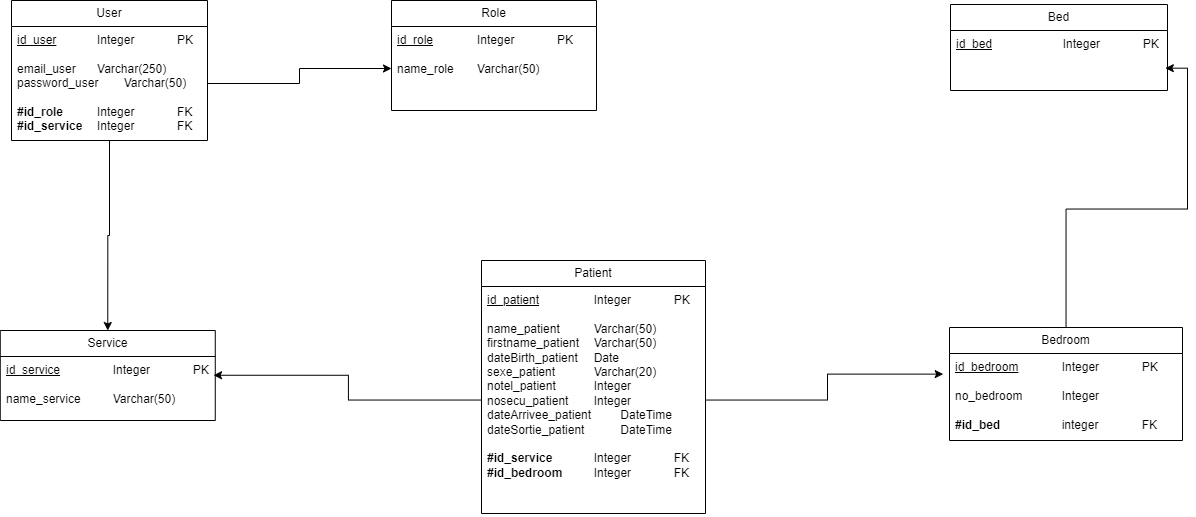
This is Merise/Merise-MPD.drawio.png from florianpoteau/CDA-Hopital-Back, a draw.io export, as it was before one commit. Source tidied: cells renumbered, new cells last; positions are measured from the earlier drawing's top-left corner, leaving out a move shared by most shapes.
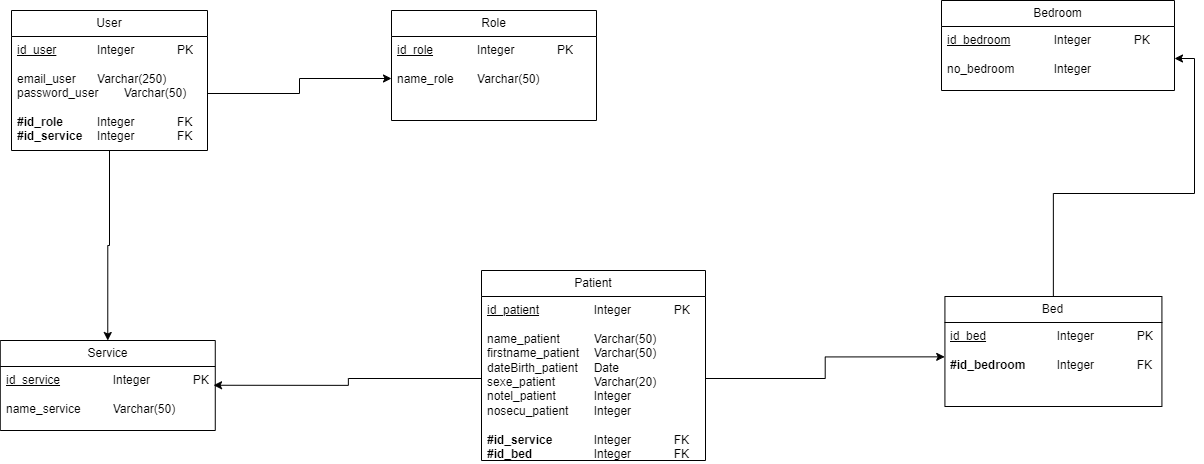
Later version of the same file.

Commit message:
docs(UML MERISE) changement sur le mcd, mld, mpd et diagramme de classe

What changed in the source:
```diff
@@ -3,16 +3,19 @@
     <mxCell id="0" />
     <mxCell id="1" parent="0" />
     <mxCell id="2" value="Bedroom" style="swimlane;fontStyle=0;horizontal=1;startSize=26;fillColor=none;whiteSpace=wrap;html=1;" parent="1" vertex="1">
-      <mxGeometry x="949" y="327" width="233" height="113" as="geometry" />
+      <mxGeometry x="941" y="-10" width="233" height="90" as="geometry" />
     </mxCell>
-    <mxCell id="3" value="&lt;u&gt;id_bedroom&lt;/u&gt;&lt;span style=&quot;white-space: pre;&quot;&gt;&#9;&lt;/span&gt;&lt;span style=&quot;white-space: pre;&quot;&gt;&#9;&lt;/span&gt;Integer&lt;span style=&quot;white-space: pre;&quot;&gt;&#9;&lt;/span&gt;&lt;span style=&quot;white-space: pre;&quot;&gt;&#9;&lt;/span&gt;PK&lt;div&gt;&lt;u&gt;&lt;br&gt;&lt;/u&gt;&lt;div&gt;no_bedroom&lt;span style=&quot;white-space: pre;&quot;&gt;&#9;&lt;/span&gt;&lt;span style=&quot;white-space: pre;&quot;&gt;&#9;&lt;/span&gt;Integer&lt;/div&gt;&lt;/div&gt;&lt;div&gt;&lt;br&gt;&lt;/div&gt;&lt;div&gt;&lt;b&gt;#id_bed&lt;/b&gt;&lt;span style=&quot;font-weight: bold; white-space: pre;&quot;&gt;&#9;&lt;/span&gt;&lt;span style=&quot;font-weight: bold; white-space: pre;&quot;&gt;&#9;&lt;/span&gt;&lt;span style=&quot;font-weight: bold; white-space: pre;&quot;&gt;&#9;&lt;/span&gt;integer&lt;span style=&quot;white-space: pre;&quot;&gt;&#9;&lt;/span&gt;&lt;span style=&quot;white-space: pre;&quot;&gt;&#9;&lt;/span&gt;FK&lt;/div&gt;" style="text;strokeColor=none;fillColor=none;align=left;verticalAlign=top;spacingLeft=4;spacingRight=4;overflow=hidden;points=[[0,0.5],[1,0.5]];portConstraint=eastwest;whiteSpace=wrap;html=1;" parent="2" vertex="1">
-      <mxGeometry y="26" width="233" height="87" as="geometry" />
+    <mxCell id="3" value="&lt;u&gt;id_bedroom&lt;/u&gt;&lt;span style=&quot;white-space: pre;&quot;&gt;&#9;&lt;/span&gt;&lt;span style=&quot;white-space: pre;&quot;&gt;&#9;&lt;/span&gt;Integer&lt;span style=&quot;white-space: pre;&quot;&gt;&#9;&lt;/span&gt;&lt;span style=&quot;white-space: pre;&quot;&gt;&#9;&lt;/span&gt;PK&lt;div&gt;&lt;u&gt;&lt;br&gt;&lt;/u&gt;&lt;div&gt;no_bedroom&lt;span style=&quot;white-space: pre;&quot;&gt;&#9;&lt;/span&gt;&lt;span style=&quot;white-space: pre;&quot;&gt;&#9;&lt;/span&gt;Integer&lt;/div&gt;&lt;/div&gt;" style="text;strokeColor=none;fillColor=none;align=left;verticalAlign=top;spacingLeft=4;spacingRight=4;overflow=hidden;points=[[0,0.5],[1,0.5]];portConstraint=eastwest;whiteSpace=wrap;html=1;" parent="2" vertex="1">
+      <mxGeometry y="26" width="233" height="64" as="geometry" />
     </mxCell>
+    <mxCell id="19" style="edgeStyle=orthogonalEdgeStyle;rounded=0;jettySize=auto;html=1;entryX=1;entryY=0.5;entryDx=0;entryDy=0;" parent="1" edge="1" source="4" target="3">
+      <mxGeometry relative="1" as="geometry" />
+    </mxCell>
     <mxCell id="4" value="Bed" style="swimlane;fontStyle=0;horizontal=1;startSize=26;fillColor=none;whiteSpace=wrap;html=1;" parent="1" vertex="1">
-      <mxGeometry x="950" y="4" width="217" height="86" as="geometry" />
+      <mxGeometry x="944.4" y="286" width="217" height="110" as="geometry" />
     </mxCell>
-    <mxCell id="5" value="&lt;u&gt;id_bed&lt;/u&gt;&lt;span style=&quot;white-space: pre;&quot;&gt;&#9;&lt;/span&gt;&lt;span style=&quot;white-space: pre;&quot;&gt;&#9;&lt;/span&gt;&lt;span style=&quot;white-space: pre;&quot;&gt;&#9;&lt;/span&gt;Integer&lt;span style=&quot;white-space: pre;&quot;&gt;&#9;&lt;/span&gt;&lt;span style=&quot;white-space: pre;&quot;&gt;&#9;&lt;/span&gt;PK&lt;div&gt;&lt;br&gt;&lt;/div&gt;" style="text;strokeColor=none;fillColor=none;align=left;verticalAlign=top;spacingLeft=4;spacingRight=4;overflow=hidden;points=[[0,0.5],[1,0.5]];portConstraint=eastwest;whiteSpace=wrap;html=1;" parent="4" vertex="1">
-      <mxGeometry y="26" width="217" height="60" as="geometry" />
+    <mxCell id="5" value="&lt;u&gt;id_bed&lt;/u&gt;&lt;span style=&quot;white-space: pre;&quot;&gt;&#9;&lt;/span&gt;&lt;span style=&quot;white-space: pre;&quot;&gt;&#9;&lt;/span&gt;&lt;span style=&quot;white-space: pre;&quot;&gt;&#9;&lt;/span&gt;Integer&lt;span style=&quot;white-space: pre;&quot;&gt;&#9;&lt;/span&gt;&lt;span style=&quot;white-space: pre;&quot;&gt;&#9;&lt;/span&gt;PK&lt;div&gt;&lt;br&gt;&lt;/div&gt;&lt;div&gt;&lt;b&gt;#id_bedroom&lt;/b&gt;&lt;span style=&quot;white-space: pre;&quot;&gt;&#9;&lt;/span&gt;&lt;span style=&quot;white-space: pre;&quot;&gt;&#9;&lt;/span&gt;Integer&lt;span style=&quot;white-space: pre;&quot;&gt;&#9;&lt;/span&gt;&lt;span style=&quot;white-space: pre;&quot;&gt;&#9;&lt;/span&gt;FK&lt;/div&gt;" style="text;strokeColor=none;fillColor=none;align=left;verticalAlign=top;spacingLeft=4;spacingRight=4;overflow=hidden;points=[[0,0.5],[1,0.5]];portConstraint=eastwest;whiteSpace=wrap;html=1;" parent="4" vertex="1">
+      <mxGeometry y="26" width="217" height="84" as="geometry" />
     </mxCell>
     <mxCell id="6" value="Role" style="swimlane;fontStyle=0;horizontal=1;startSize=26;fillColor=none;whiteSpace=wrap;html=1;" parent="1" vertex="1">
       <mxGeometry x="391" width="205" height="110" as="geometry" />
@@ -27,10 +30,10 @@
       <mxGeometry y="26" width="215" height="64" as="geometry" />
     </mxCell>
     <mxCell id="10" value="Patient" style="swimlane;fontStyle=0;horizontal=1;startSize=26;fillColor=none;whiteSpace=wrap;html=1;" parent="1" vertex="1">
-      <mxGeometry x="481" y="260" width="224" height="253" as="geometry" />
+      <mxGeometry x="481" y="260" width="224" height="190" as="geometry" />
     </mxCell>
-    <mxCell id="11" value="&lt;u&gt;id_patient&lt;/u&gt;&lt;span style=&quot;white-space: pre;&quot;&gt;&#9;&lt;/span&gt;&lt;span style=&quot;white-space: pre;&quot;&gt;&#9;&lt;/span&gt;Integer&lt;span style=&quot;white-space: pre;&quot;&gt;&#9;&lt;/span&gt;&lt;span style=&quot;white-space: pre;&quot;&gt;&#9;&lt;/span&gt;PK&lt;div&gt;&lt;u&gt;&lt;br&gt;&lt;/u&gt;&lt;div&gt;name_patient&lt;span style=&quot;white-space: pre;&quot;&gt;&#9;&lt;/span&gt;&lt;span style=&quot;white-space: pre;&quot;&gt;&#9;&lt;/span&gt;Varchar(50)&lt;/div&gt;&lt;div&gt;firstname_patient&lt;span style=&quot;white-space: pre;&quot;&gt;&#9;&lt;/span&gt;Varchar(50)&lt;/div&gt;&lt;div&gt;dateBirth_patient&lt;span style=&quot;white-space: pre;&quot;&gt;&#9;&lt;/span&gt;Date&lt;/div&gt;&lt;div&gt;sexe_patient&lt;span style=&quot;white-space: pre;&quot;&gt;&#9;&lt;/span&gt;&lt;span style=&quot;white-space: pre;&quot;&gt;&#9;&lt;/span&gt;Varchar(20)&lt;/div&gt;&lt;div&gt;notel_patient&lt;span style=&quot;white-space: pre;&quot;&gt;&#9;&lt;/span&gt;&lt;span style=&quot;white-space: pre;&quot;&gt;&#9;&lt;/span&gt;Integer&lt;/div&gt;&lt;div&gt;nosecu_patient&lt;span style=&quot;white-space: pre;&quot;&gt;&#9;&lt;/span&gt;Integer&lt;/div&gt;&lt;div&gt;dateArrivee_patient&lt;span style=&quot;white-space: pre;&quot;&gt;&#9;&lt;/span&gt;&lt;span style=&quot;white-space: pre;&quot;&gt;&#9;&lt;/span&gt;DateTime&lt;/div&gt;&lt;div&gt;dateSortie_patient&lt;span style=&quot;white-space: pre;&quot;&gt;&#9;&lt;/span&gt;&lt;span style=&quot;white-space: pre;&quot;&gt;&#9;&lt;/span&gt;DateTime&lt;/div&gt;&lt;div&gt;&lt;br&gt;&lt;/div&gt;&lt;div&gt;&lt;b&gt;#id_service&lt;/b&gt;&lt;span style=&quot;white-space: pre;&quot;&gt;&#9;&lt;/span&gt;&lt;span style=&quot;white-space: pre;&quot;&gt;&#9;&lt;/span&gt;Integer&lt;span style=&quot;white-space: pre;&quot;&gt;&#9;&lt;/span&gt;&lt;span style=&quot;white-space: pre;&quot;&gt;&#9;&lt;/span&gt;FK&lt;/div&gt;&lt;div&gt;&lt;b&gt;#id_bedroom&lt;/b&gt;&lt;span style=&quot;white-space: pre;&quot;&gt;&#9;&lt;/span&gt;&lt;span style=&quot;white-space: pre;&quot;&gt;&#9;&lt;/span&gt;Integer&lt;span style=&quot;white-space: pre;&quot;&gt;&#9;&lt;/span&gt;&lt;span style=&quot;white-space: pre;&quot;&gt;&#9;&lt;/span&gt;FK&lt;/div&gt;&lt;/div&gt;" style="text;strokeColor=none;fillColor=none;align=left;verticalAlign=top;spacingLeft=4;spacingRight=4;overflow=hidden;points=[[0,0.5],[1,0.5]];portConstraint=eastwest;whiteSpace=wrap;html=1;" parent="10" vertex="1">
-      <mxGeometry y="26" width="224" height="227" as="geometry" />
+    <mxCell id="11" value="&lt;u&gt;id_patient&lt;/u&gt;&lt;span style=&quot;white-space: pre;&quot;&gt;&#9;&lt;/span&gt;&lt;span style=&quot;white-space: pre;&quot;&gt;&#9;&lt;/span&gt;Integer&lt;span style=&quot;white-space: pre;&quot;&gt;&#9;&lt;/span&gt;&lt;span style=&quot;white-space: pre;&quot;&gt;&#9;&lt;/span&gt;PK&lt;div&gt;&lt;u&gt;&lt;br&gt;&lt;/u&gt;&lt;div&gt;name_patient&lt;span style=&quot;white-space: pre;&quot;&gt;&#9;&lt;/span&gt;&lt;span style=&quot;white-space: pre;&quot;&gt;&#9;&lt;/span&gt;Varchar(50)&lt;/div&gt;&lt;div&gt;firstname_patient&lt;span style=&quot;white-space: pre;&quot;&gt;&#9;&lt;/span&gt;Varchar(50)&lt;/div&gt;&lt;div&gt;dateBirth_patient&lt;span style=&quot;white-space: pre;&quot;&gt;&#9;&lt;/span&gt;Date&lt;/div&gt;&lt;div&gt;sexe_patient&lt;span style=&quot;white-space: pre;&quot;&gt;&#9;&lt;/span&gt;&lt;span style=&quot;white-space: pre;&quot;&gt;&#9;&lt;/span&gt;Varchar(20)&lt;/div&gt;&lt;div&gt;notel_patient&lt;span style=&quot;white-space: pre;&quot;&gt;&#9;&lt;/span&gt;&lt;span style=&quot;white-space: pre;&quot;&gt;&#9;&lt;/span&gt;Integer&lt;/div&gt;&lt;div&gt;nosecu_patient&lt;span style=&quot;white-space: pre;&quot;&gt;&#9;&lt;/span&gt;Integer&lt;/div&gt;&lt;div&gt;&lt;br&gt;&lt;/div&gt;&lt;div&gt;&lt;b&gt;#id_service&lt;/b&gt;&lt;span style=&quot;white-space: pre;&quot;&gt;&#9;&lt;/span&gt;&lt;span style=&quot;white-space: pre;&quot;&gt;&#9;&lt;/span&gt;Integer&lt;span style=&quot;white-space: pre;&quot;&gt;&#9;&lt;/span&gt;&lt;span style=&quot;white-space: pre;&quot;&gt;&#9;&lt;/span&gt;FK&lt;/div&gt;&lt;div&gt;&lt;b&gt;#id_bed&lt;/b&gt;&lt;span style=&quot;white-space: pre;&quot;&gt;&#9;&lt;/span&gt;&lt;span style=&quot;white-space: pre;&quot;&gt;&#9;&lt;/span&gt;&lt;span style=&quot;white-space: pre;&quot;&gt;&#9;&lt;/span&gt;Integer&lt;span style=&quot;white-space: pre;&quot;&gt;&#9;&lt;/span&gt;&lt;span style=&quot;white-space: pre;&quot;&gt;&#9;&lt;/span&gt;FK&lt;/div&gt;&lt;/div&gt;" style="text;strokeColor=none;fillColor=none;align=left;verticalAlign=top;spacingLeft=4;spacingRight=4;overflow=hidden;points=[[0,0.5],[1,0.5]];portConstraint=eastwest;whiteSpace=wrap;html=1;" parent="10" vertex="1">
+      <mxGeometry y="26" width="224" height="164" as="geometry" />
     </mxCell>
     <mxCell id="12" style="edgeStyle=orthogonalEdgeStyle;rounded=0;jettySize=auto;html=1;entryX=0.5;entryY=0;entryDx=0;entryDy=0;" parent="1" edge="1" source="13" target="8">
       <mxGeometry relative="1" as="geometry" />
@@ -47,11 +50,8 @@
     <mxCell id="16" style="edgeStyle=orthogonalEdgeStyle;rounded=0;jettySize=auto;html=1;entryX=0.992;entryY=0.293;entryDx=0;entryDy=0;entryPerimeter=0;" parent="1" edge="1" source="11" target="9">
       <mxGeometry relative="1" as="geometry" />
     </mxCell>
-    <mxCell id="17" style="edgeStyle=orthogonalEdgeStyle;rounded=0;jettySize=auto;html=1;entryX=-0.027;entryY=0.237;entryDx=0;entryDy=0;entryPerimeter=0;" parent="1" edge="1" source="11" target="3">
+    <mxCell id="17" style="edgeStyle=orthogonalEdgeStyle;rounded=0;jettySize=auto;html=1;entryX=-0.001;entryY=0.409;entryDx=0;entryDy=0;entryPerimeter=0;" parent="1" edge="1" source="11" target="5">
       <mxGeometry relative="1" as="geometry" />
     </mxCell>
-    <mxCell id="18" style="edgeStyle=orthogonalEdgeStyle;rounded=0;jettySize=auto;html=1;entryX=0.99;entryY=0.628;entryDx=0;entryDy=0;entryPerimeter=0;" parent="1" edge="1" source="2" target="5">
-      <mxGeometry relative="1" as="geometry" />
-    </mxCell>
   </root>
 </mxGraphModel>
```
